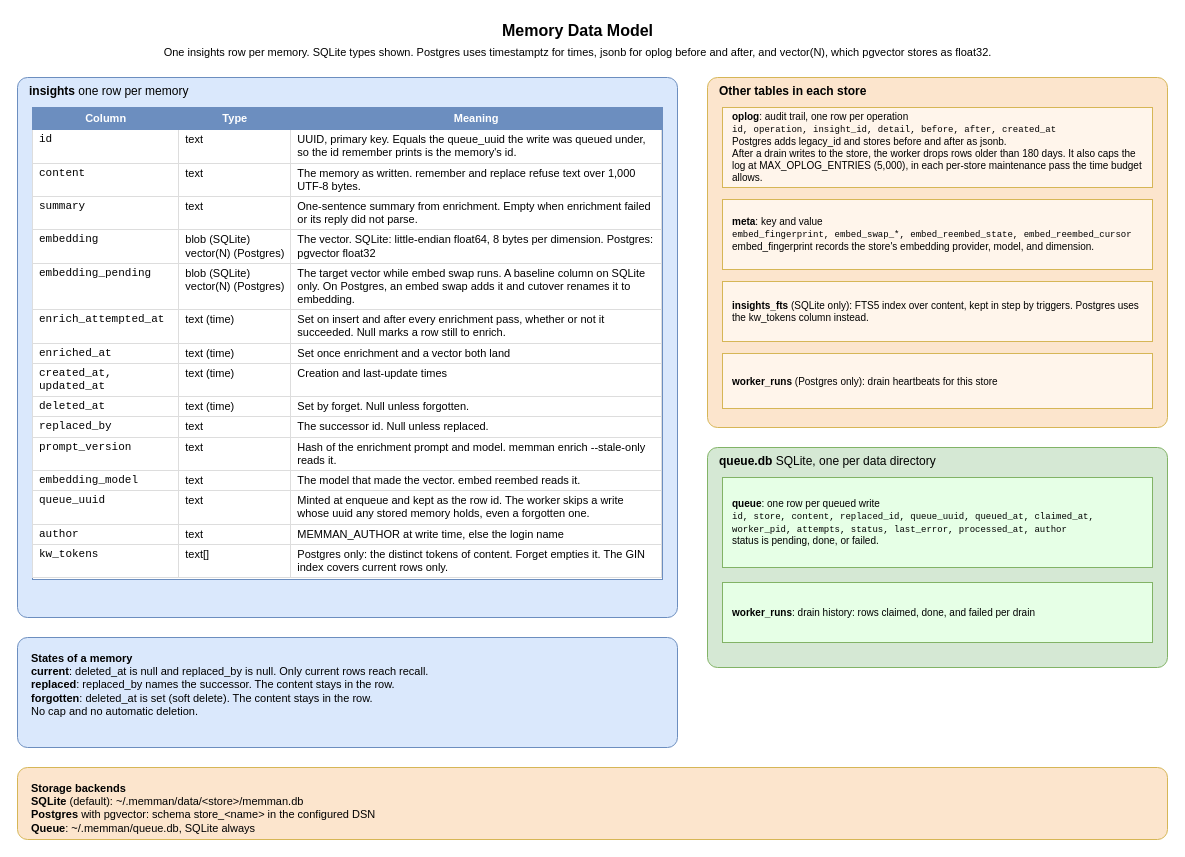
Earlier version of the draw.io diagram docs/diagrams/03-insight-datamodel.drawio (bissli/memman). Source tidied: cells renumbered, new cells numbered last; positions are measured from the earlier drawing's top-left corner, leaving out a move shared by most shapes. Both pictures are drawn from the tidied source at 100%, with x=0, y=0 at pixel (17, 17).
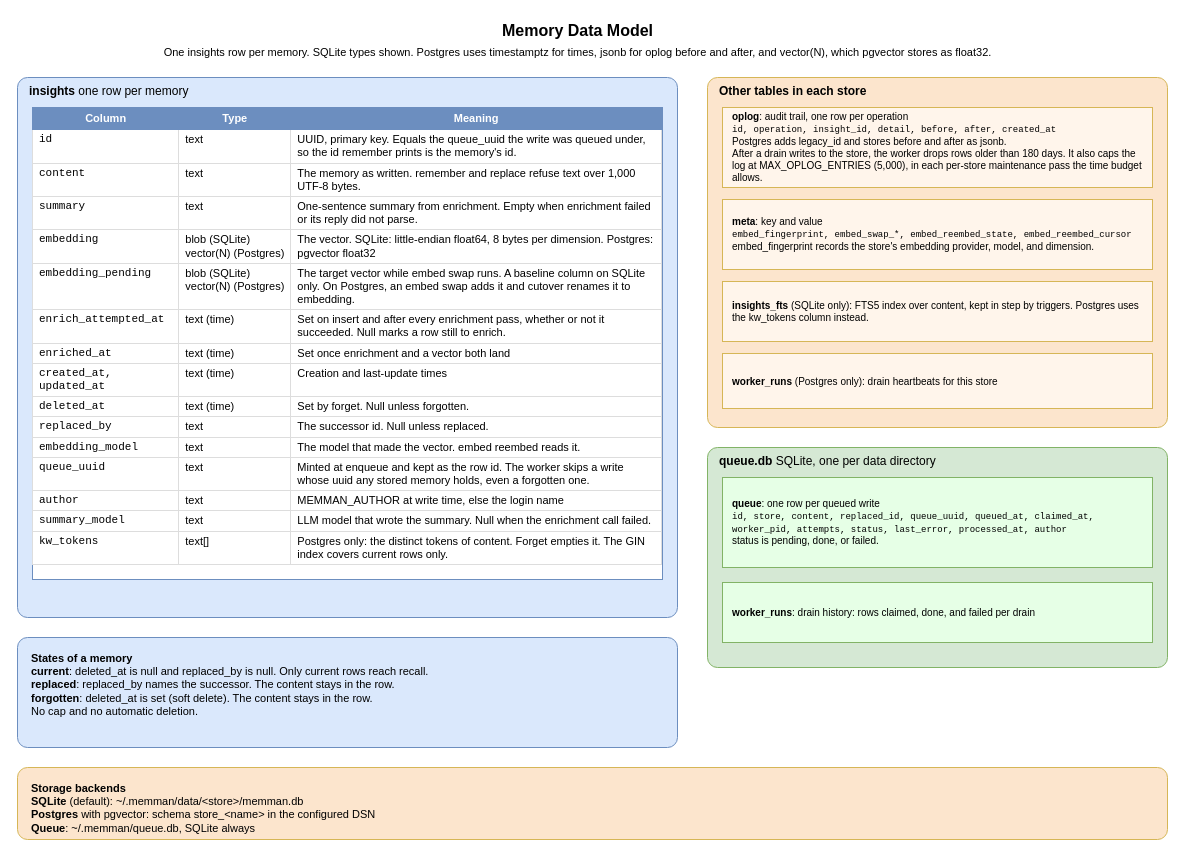
Above is the later version.

What changed in the source:
```diff
@@
 <mxGraphModel>
   <root>
     <mxCell id="0" />
     <mxCell id="1" parent="0" />
     <mxCell id="2" value="&lt;b&gt;Memory Data Model&lt;/b&gt;&lt;br&gt;&lt;font style=&quot;font-size:11px&quot;&gt;One insights row per memory. SQLite types shown. Postgres uses timestamptz for times, jsonb for oplog before and after, and vector(N), which pgvector stores as float32.&lt;/font&gt;" style="text;html=1;align=center;verticalAlign=middle;fontSize=16;strokeColor=none;fillColor=none;" parent="1" vertex="1">
       <mxGeometry x="200" width="720" height="45" as="geometry" />
     </mxCell>
     <mxCell id="3" value="&lt;b&gt;insights&lt;/b&gt;  one row per memory" style="rounded=1;absoluteArcSize=1;arcSize=20;whiteSpace=wrap;html=1;fillColor=#dae8fc;strokeColor=#6c8ebf;verticalAlign=top;align=left;spacingLeft=10;fontSize=12;" parent="1" vertex="1">
       <mxGeometry y="60" width="660" height="540" as="geometry" />
     </mxCell>
-    <mxCell id="4" value="&lt;table style=&quot;font-size:11px; border-collapse:collapse; width:100%&quot;&gt;&lt;tr style=&quot;background:#6c8ebf; color:white; font-weight:bold;&quot;&gt;&lt;td style=&quot;padding:4px 6px; border:1px solid #6c8ebf;&quot;&gt;Column&lt;/td&gt;&lt;td style=&quot;padding:4px 6px; border:1px solid #6c8ebf;&quot;&gt;Type&lt;/td&gt;&lt;td style=&quot;padding:4px 6px; border:1px solid #6c8ebf;&quot;&gt;Meaning&lt;/td&gt;&lt;/tr&gt;&lt;tr&gt;&lt;td style=&quot;padding:3px 6px; border:1px solid #ddd; vertical-align:top; text-align:left; font-family:monospace;&quot;&gt;id&lt;/td&gt;&lt;td style=&quot;padding:3px 6px; border:1px solid #ddd; vertical-align:top; text-align:left; white-space:nowrap;&quot;&gt;text&lt;/td&gt;&lt;td style=&quot;padding:3px 6px; border:1px solid #ddd; vertical-align:top; text-align:left;&quot;&gt;UUID, primary key. Equals the queue_uuid the write was queued under, so the id remember prints is the memory's id.&lt;/td&gt;&lt;/tr&gt;&lt;tr&gt;&lt;td style=&quot;padding:3px 6px; border:1px solid #ddd; vertical-align:top; text-align:left; font-family:monospace;&quot;&gt;content&lt;/td&gt;&lt;td style=&quot;padding:3px 6px; border:1px solid #ddd; vertical-align:top; text-align:left; white-space:nowrap;&quot;&gt;text&lt;/td&gt;&lt;td style=&quot;padding:3px 6px; border:1px solid #ddd; vertical-align:top; text-align:left;&quot;&gt;The memory as written. remember and replace refuse text over 1,000 UTF-8 bytes.&lt;/td&gt;&lt;/tr&gt;&lt;tr&gt;&lt;td style=&quot;padding:3px 6px; border:1px solid #ddd; vertical-align:top; text-align:left; font-family:monospace;&quot;&gt;summary&lt;/td&gt;&lt;td style=&quot;padding:3px 6px; border:1px solid #ddd; vertical-align:top; text-align:left; white-space:nowrap;&quot;&gt;text&lt;/td&gt;&lt;td style=&quot;padding:3px 6px; border:1px solid #ddd; vertical-align:top; text-align:left;&quot;&gt;One-sentence summary from enrichment. Empty when enrichment failed or its reply did not parse.&lt;/td&gt;&lt;/tr&gt;&lt;tr&gt;&lt;td style=&quot;padding:3px 6px; border:1px solid #ddd; vertical-align:top; text-align:left; font-family:monospace;&quot;&gt;embedding&lt;/td&gt;&lt;td style=&quot;padding:3px 6px; border:1px solid #ddd; vertical-align:top; text-align:left; white-space:nowrap;&quot;&gt;blob (SQLite)&lt;br&gt;vector(N) (Postgres)&lt;/td&gt;&lt;td style=&quot;padding:3px 6px; border:1px solid #ddd; vertical-align:top; text-align:left;&quot;&gt;The vector. SQLite: little-endian float64, 8 bytes per dimension. Postgres: pgvector float32&lt;/td&gt;&lt;/tr&gt;&lt;tr&gt;&lt;td style=&quot;padding:3px 6px; border:1px solid #ddd; vertical-align:top; text-align:left; font-family:monospace;&quot;&gt;embedding_pending&lt;/td&gt;&lt;td style=&quot;padding:3px 6px; border:1px solid #ddd; vertical-align:top; text-align:left; white-space:nowrap;&quot;&gt;blob (SQLite)&lt;br&gt;vector(N) (Postgres)&lt;/td&gt;&lt;td style=&quot;padding:3px 6px; border:1px solid #ddd; vertical-align:top; text-align:left;&quot;&gt;The target vector while embed swap runs. A baseline column on SQLite only. On Postgres, an embed swap adds it and cutover renames it to embedding.&lt;/td&gt;&lt;/tr&gt;&lt;tr&gt;&lt;td style=&quot;padding:3px 6px; border:1px solid #ddd; vertical-align:top; text-align:left; font-family:monospace;&quot;&gt;enrich_attempted_at&lt;/td&gt;&lt;td style=&quot;padding:3px 6px; border:1px solid #ddd; vertical-align:top; text-align:left; white-space:nowrap;&quot;&gt;text (time)&lt;/td&gt;&lt;td style=&quot;padding:3px 6px; border:1px solid #ddd; vertical-align:top; text-align:left;&quot;&gt;Set on insert and after every enrichment pass, whether or not it succeeded. Null marks a row still to enrich.&lt;/td&gt;&lt;/tr&gt;&lt;tr&gt;&lt;td style=&quot;padding:3px 6px; border:1px solid #ddd; vertical-align:top; text-align:left; font-family:monospace;&quot;&gt;enriched_at&lt;/td&gt;&lt;td style=&quot;padding:3px 6px; border:1px solid #ddd; vertical-align:top; text-align:left; white-space:nowrap;&quot;&gt;text (time)&lt;/td&gt;&lt;td style=&quot;padding:3px 6px; border:1px solid #ddd; vertical-align:top; text-align:left;&quot;&gt;Set once enrichment and a vector both land&lt;/td&gt;&lt;/tr&gt;&lt;tr&gt;&lt;td style=&quot;padding:3px 6px; border:1px solid #ddd; vertical-align:top; text-align:left; font-family:monospace;&quot;&gt;created_at, updated_at&lt;/td&gt;&lt;td style=&quot;padding:3px 6px; border:1px solid #ddd; vertical-align:top; text-align:left; white-space:nowrap;&quot;&gt;text (time)&lt;/td&gt;&lt;td style=&quot;padding:3px 6px; border:1px solid #ddd; vertical-align:top; text-align:left;&quot;&gt;Creation and last-update times&lt;/td&gt;&lt;/tr&gt;&lt;tr&gt;&lt;td style=&quot;padding:3px 6px; border:1px solid #ddd; vertical-align:top; text-align:left; font-family:monospace;&quot;&gt;deleted_at&lt;/td&gt;&lt;td style=&quot;padding:3px 6px; border:1px solid #ddd; vertical-align:top; text-align:left; white-space:nowrap;&quot;&gt;text (time)&lt;/td&gt;&lt;td style=&quot;padding:3px 6px; border:1px solid #ddd; vertical-align:top; text-align:left;&quot;&gt;Set by forget. Null unless forgotten.&lt;/td&gt;&lt;/tr&gt;&lt;tr&gt;&lt;td style=&quot;padding:3px 6px; border:1px solid #ddd; vertical-align:top; text-align:left; font-family:monospace;&quot;&gt;replaced_by&lt;/td&gt;&lt;td style=&quot;padding:3px 6px; border:1px solid #ddd; vertical-align:top; text-align:left; white-space:nowrap;&quot;&gt;text&lt;/td&gt;&lt;td style=&quot;padding:3px 6px; border:1px solid #ddd; vertical-align:top; text-align:left;&quot;&gt;The successor id. Null unless replaced.&lt;/td&gt;&lt;/tr&gt;&lt;tr&gt;&lt;td style=&quot;padding:3px 6px; border:1px solid #ddd; vertical-align:top; text-align:left; font-family:monospace;&quot;&gt;prompt_version&lt;/td&gt;&lt;td style=&quot;padding:3px 6px; border:1px solid #ddd; vertical-align:top; text-align:left; white-space:nowrap;&quot;&gt;text&lt;/td&gt;&lt;td style=&quot;padding:3px 6px; border:1px solid #ddd; vertical-align:top; text-align:left;&quot;&gt;Hash of the enrichment prompt and model. memman enrich --stale-only reads it.&lt;/td&gt;&lt;/tr&gt;&lt;tr&gt;&lt;td style=&quot;padding:3px 6px; border:1px solid #ddd; vertical-align:top; text-align:left; font-family:monospace;&quot;&gt;embedding_model&lt;/td&gt;&lt;td style=&quot;padding:3px 6px; border:1px solid #ddd; vertical-align:top; text-align:left; white-space:nowrap;&quot;&gt;text&lt;/td&gt;&lt;td style=&quot;padding:3px 6px; border:1px solid #ddd; vertical-align:top; text-align:left;&quot;&gt;The model that made the vector. embed reembed reads it.&lt;/td&gt;&lt;/tr&gt;&lt;tr&gt;&lt;td style=&quot;padding:3px 6px; border:1px solid #ddd; vertical-align:top; text-align:left; font-family:monospace;&quot;&gt;queue_uuid&lt;/td&gt;&lt;td style=&quot;padding:3px 6px; border:1px solid #ddd; vertical-align:top; text-align:left; white-space:nowrap;&quot;&gt;text&lt;/td&gt;&lt;td style=&quot;padding:3px 6px; border:1px solid #ddd; vertical-align:top; text-align:left;&quot;&gt;Minted at enqueue and kept as the row id. The worker skips a write whose uuid any stored memory holds, even a forgotten one.&lt;/td&gt;&lt;/tr&gt;&lt;tr&gt;&lt;td style=&quot;padding:3px 6px; border:1px solid #ddd; vertical-align:top; text-align:left; font-family:monospace;&quot;&gt;author&lt;/td&gt;&lt;td style=&quot;padding:3px 6px; border:1px solid #ddd; vertical-align:top; text-align:left; white-space:nowrap;&quot;&gt;text&lt;/td&gt;&lt;td style=&quot;padding:3px 6px; border:1px solid #ddd; vertical-align:top; text-align:left;&quot;&gt;MEMMAN_AUTHOR at write time, else the login name&lt;/td&gt;&lt;/tr&gt;&lt;tr&gt;&lt;td style=&quot;padding:3px 6px; border:1px solid #ddd; vertical-align:top; text-align:left; font-family:monospace;&quot;&gt;kw_tokens&lt;/td&gt;&lt;td style=&quot;padding:3px 6px; border:1px solid #ddd; vertical-align:top; text-align:left; white-space:nowrap;&quot;&gt;text[]&lt;/td&gt;&lt;td style=&quot;padding:3px 6px; border:1px solid #ddd; vertical-align:top; text-align:left;&quot;&gt;Postgres only: the distinct tokens of content. Forget empties it. The GIN index covers current rows only.&lt;/td&gt;&lt;/tr&gt;&lt;/table&gt;" style="rounded=0;whiteSpace=wrap;html=1;overflow=fill;fillColor=#ffffff;strokeColor=#6c8ebf;verticalAlign=top;" parent="1" vertex="1">
+    <mxCell id="4" value="&lt;table style=&quot;font-size:11px; border-collapse:collapse; width:100%&quot;&gt;&lt;tr style=&quot;background:#6c8ebf; color:white; font-weight:bold;&quot;&gt;&lt;td style=&quot;padding:4px 6px; border:1px solid #6c8ebf;&quot;&gt;Column&lt;/td&gt;&lt;td style=&quot;padding:4px 6px; border:1px solid #6c8ebf;&quot;&gt;Type&lt;/td&gt;&lt;td style=&quot;padding:4px 6px; border:1px solid #6c8ebf;&quot;&gt;Meaning&lt;/td&gt;&lt;/tr&gt;&lt;tr&gt;&lt;td style=&quot;padding:3px 6px; border:1px solid #ddd; vertical-align:top; text-align:left; font-family:monospace;&quot;&gt;id&lt;/td&gt;&lt;td style=&quot;padding:3px 6px; border:1px solid #ddd; vertical-align:top; text-align:left; white-space:nowrap;&quot;&gt;text&lt;/td&gt;&lt;td style=&quot;padding:3px 6px; border:1px solid #ddd; vertical-align:top; text-align:left;&quot;&gt;UUID, primary key. Equals the queue_uuid the write was queued under, so the id remember prints is the memory's id.&lt;/td&gt;&lt;/tr&gt;&lt;tr&gt;&lt;td style=&quot;padding:3px 6px; border:1px solid #ddd; vertical-align:top; text-align:left; font-family:monospace;&quot;&gt;content&lt;/td&gt;&lt;td style=&quot;padding:3px 6px; border:1px solid #ddd; vertical-align:top; text-align:left; white-space:nowrap;&quot;&gt;text&lt;/td&gt;&lt;td style=&quot;padding:3px 6px; border:1px solid #ddd; vertical-align:top; text-align:left;&quot;&gt;The memory as written. remember and replace refuse text over 1,000 UTF-8 bytes.&lt;/td&gt;&lt;/tr&gt;&lt;tr&gt;&lt;td style=&quot;padding:3px 6px; border:1px solid #ddd; vertical-align:top; text-align:left; font-family:monospace;&quot;&gt;summary&lt;/td&gt;&lt;td style=&quot;padding:3px 6px; border:1px solid #ddd; vertical-align:top; text-align:left; white-space:nowrap;&quot;&gt;text&lt;/td&gt;&lt;td style=&quot;padding:3px 6px; border:1px solid #ddd; vertical-align:top; text-align:left;&quot;&gt;One-sentence summary from enrichment. Empty when enrichment failed or its reply did not parse.&lt;/td&gt;&lt;/tr&gt;&lt;tr&gt;&lt;td style=&quot;padding:3px 6px; border:1px solid #ddd; vertical-align:top; text-align:left; font-family:monospace;&quot;&gt;embedding&lt;/td&gt;&lt;td style=&quot;padding:3px 6px; border:1px solid #ddd; vertical-align:top; text-align:left; white-space:nowrap;&quot;&gt;blob (SQLite)&lt;br&gt;vector(N) (Postgres)&lt;/td&gt;&lt;td style=&quot;padding:3px 6px; border:1px solid #ddd; vertical-align:top; text-align:left;&quot;&gt;The vector. SQLite: little-endian float64, 8 bytes per dimension. Postgres: pgvector float32&lt;/td&gt;&lt;/tr&gt;&lt;tr&gt;&lt;td style=&quot;padding:3px 6px; border:1px solid #ddd; vertical-align:top; text-align:left; font-family:monospace;&quot;&gt;embedding_pending&lt;/td&gt;&lt;td style=&quot;padding:3px 6px; border:1px solid #ddd; vertical-align:top; text-align:left; white-space:nowrap;&quot;&gt;blob (SQLite)&lt;br&gt;vector(N) (Postgres)&lt;/td&gt;&lt;td style=&quot;padding:3px 6px; border:1px solid #ddd; vertical-align:top; text-align:left;&quot;&gt;The target vector while embed swap runs. A baseline column on SQLite only. On Postgres, an embed swap adds it and cutover renames it to embedding.&lt;/td&gt;&lt;/tr&gt;&lt;tr&gt;&lt;td style=&quot;padding:3px 6px; border:1px solid #ddd; vertical-align:top; text-align:left; font-family:monospace;&quot;&gt;enrich_attempted_at&lt;/td&gt;&lt;td style=&quot;padding:3px 6px; border:1px solid #ddd; vertical-align:top; text-align:left; white-space:nowrap;&quot;&gt;text (time)&lt;/td&gt;&lt;td style=&quot;padding:3px 6px; border:1px solid #ddd; vertical-align:top; text-align:left;&quot;&gt;Set on insert and after every enrichment pass, whether or not it succeeded. Null marks a row still to enrich.&lt;/td&gt;&lt;/tr&gt;&lt;tr&gt;&lt;td style=&quot;padding:3px 6px; border:1px solid #ddd; vertical-align:top; text-align:left; font-family:monospace;&quot;&gt;enriched_at&lt;/td&gt;&lt;td style=&quot;padding:3px 6px; border:1px solid #ddd; vertical-align:top; text-align:left; white-space:nowrap;&quot;&gt;text (time)&lt;/td&gt;&lt;td style=&quot;padding:3px 6px; border:1px solid #ddd; vertical-align:top; text-align:left;&quot;&gt;Set once enrichment and a vector both land&lt;/td&gt;&lt;/tr&gt;&lt;tr&gt;&lt;td style=&quot;padding:3px 6px; border:1px solid #ddd; vertical-align:top; text-align:left; font-family:monospace;&quot;&gt;created_at, updated_at&lt;/td&gt;&lt;td style=&quot;padding:3px 6px; border:1px solid #ddd; vertical-align:top; text-align:left; white-space:nowrap;&quot;&gt;text (time)&lt;/td&gt;&lt;td style=&quot;padding:3px 6px; border:1px solid #ddd; vertical-align:top; text-align:left;&quot;&gt;Creation and last-update times&lt;/td&gt;&lt;/tr&gt;&lt;tr&gt;&lt;td style=&quot;padding:3px 6px; border:1px solid #ddd; vertical-align:top; text-align:left; font-family:monospace;&quot;&gt;deleted_at&lt;/td&gt;&lt;td style=&quot;padding:3px 6px; border:1px solid #ddd; vertical-align:top; text-align:left; white-space:nowrap;&quot;&gt;text (time)&lt;/td&gt;&lt;td style=&quot;padding:3px 6px; border:1px solid #ddd; vertical-align:top; text-align:left;&quot;&gt;Set by forget. Null unless forgotten.&lt;/td&gt;&lt;/tr&gt;&lt;tr&gt;&lt;td style=&quot;padding:3px 6px; border:1px solid #ddd; vertical-align:top; text-align:left; font-family:monospace;&quot;&gt;replaced_by&lt;/td&gt;&lt;td style=&quot;padding:3px 6px; border:1px solid #ddd; vertical-align:top; text-align:left; white-space:nowrap;&quot;&gt;text&lt;/td&gt;&lt;td style=&quot;padding:3px 6px; border:1px solid #ddd; vertical-align:top; text-align:left;&quot;&gt;The successor id. Null unless replaced.&lt;/td&gt;&lt;/tr&gt;&lt;tr&gt;&lt;td style=&quot;padding:3px 6px; border:1px solid #ddd; vertical-align:top; text-align:left; font-family:monospace;&quot;&gt;embedding_model&lt;/td&gt;&lt;td style=&quot;padding:3px 6px; border:1px solid #ddd; vertical-align:top; text-align:left; white-space:nowrap;&quot;&gt;text&lt;/td&gt;&lt;td style=&quot;padding:3px 6px; border:1px solid #ddd; vertical-align:top; text-align:left;&quot;&gt;The model that made the vector. embed reembed reads it.&lt;/td&gt;&lt;/tr&gt;&lt;tr&gt;&lt;td style=&quot;padding:3px 6px; border:1px solid #ddd; vertical-align:top; text-align:left; font-family:monospace;&quot;&gt;queue_uuid&lt;/td&gt;&lt;td style=&quot;padding:3px 6px; border:1px solid #ddd; vertical-align:top; text-align:left; white-space:nowrap;&quot;&gt;text&lt;/td&gt;&lt;td style=&quot;padding:3px 6px; border:1px solid #ddd; vertical-align:top; text-align:left;&quot;&gt;Minted at enqueue and kept as the row id. The worker skips a write whose uuid any stored memory holds, even a forgotten one.&lt;/td&gt;&lt;/tr&gt;&lt;tr&gt;&lt;td style=&quot;padding:3px 6px; border:1px solid #ddd; vertical-align:top; text-align:left; font-family:monospace;&quot;&gt;author&lt;/td&gt;&lt;td style=&quot;padding:3px 6px; border:1px solid #ddd; vertical-align:top; text-align:left; white-space:nowrap;&quot;&gt;text&lt;/td&gt;&lt;td style=&quot;padding:3px 6px; border:1px solid #ddd; vertical-align:top; text-align:left;&quot;&gt;MEMMAN_AUTHOR at write time, else the login name&lt;/td&gt;&lt;/tr&gt;&lt;tr&gt;&lt;td style=&quot;padding:3px 6px; border:1px solid #ddd; vertical-align:top; text-align:left; font-family:monospace;&quot;&gt;summary_model&lt;/td&gt;&lt;td style=&quot;padding:3px 6px; border:1px solid #ddd; vertical-align:top; text-align:left; white-space:nowrap;&quot;&gt;text&lt;/td&gt;&lt;td style=&quot;padding:3px 6px; border:1px solid #ddd; vertical-align:top; text-align:left;&quot;&gt;LLM model that wrote the summary. Null when the enrichment call failed.&lt;/td&gt;&lt;/tr&gt;&lt;tr&gt;&lt;td style=&quot;padding:3px 6px; border:1px solid #ddd; vertical-align:top; text-align:left; font-family:monospace;&quot;&gt;kw_tokens&lt;/td&gt;&lt;td style=&quot;padding:3px 6px; border:1px solid #ddd; vertical-align:top; text-align:left; white-space:nowrap;&quot;&gt;text[]&lt;/td&gt;&lt;td style=&quot;padding:3px 6px; border:1px solid #ddd; vertical-align:top; text-align:left;&quot;&gt;Postgres only: the distinct tokens of content. Forget empties it. The GIN index covers current rows only.&lt;/td&gt;&lt;/tr&gt;&lt;/table&gt;" style="rounded=0;whiteSpace=wrap;html=1;overflow=fill;fillColor=#ffffff;strokeColor=#6c8ebf;verticalAlign=top;" parent="1" vertex="1">
       <mxGeometry x="15" y="90" width="630" height="472" as="geometry" />
     </mxCell>
     <mxCell id="5" value="&lt;b&gt;States of a memory&lt;/b&gt;&lt;br&gt;&lt;b&gt;current&lt;/b&gt;: deleted_at is null and replaced_by is null. Only current rows reach recall.&lt;br&gt;&lt;b&gt;replaced&lt;/b&gt;: replaced_by names the successor. The content stays in the row.&lt;br&gt;&lt;b&gt;forgotten&lt;/b&gt;: deleted_at is set (soft delete). The content stays in the row.&lt;br&gt;No cap and no automatic deletion." style="rounded=1;absoluteArcSize=1;arcSize=20;whiteSpace=wrap;html=1;fillColor=#dae8fc;strokeColor=#6c8ebf;fontSize=11;verticalAlign=top;align=left;spacingLeft=12;spacingTop=8;" parent="1" vertex="1">
       <mxGeometry y="620" width="660" height="110" as="geometry" />
     </mxCell>
     <mxCell id="6" value="&lt;b&gt;Other tables in each store&lt;/b&gt;" style="rounded=1;whiteSpace=wrap;html=1;fillColor=#fce5cd;strokeColor=#d6b656;verticalAlign=top;absoluteArcSize=1;arcSize=20;align=left;spacingLeft=10;fontSize=12;" parent="1" vertex="1">
       <mxGeometry x="690" y="60" width="460" height="350" as="geometry" />
     </mxCell>
     <mxCell id="7" value="&lt;b&gt;oplog&lt;/b&gt;: audit trail, one row per operation&lt;br&gt;&lt;font style=&quot;font-family:monospace;font-size:9px&quot;&gt;id, operation, insight_id, detail, before, after, created_at&lt;/font&gt;&lt;br&gt;Postgres adds legacy_id and stores before and after as jsonb.&lt;br&gt;After a drain writes to the store, the worker drops rows older than 180 days. It also caps the log at MAX_OPLOG_ENTRIES (5,000), in each per-store maintenance pass the time budget allows." style="rounded=0;whiteSpace=wrap;html=1;fillColor=#FFF5EB;strokeColor=#d6b656;fontSize=10;align=left;spacingLeft=8;spacingRight=8;" parent="1" vertex="1">
       <mxGeometry x="705" y="90" width="430" height="80" as="geometry" />
     </mxCell>
     <mxCell id="8" value="&lt;b&gt;meta&lt;/b&gt;: key and value&lt;br&gt;&lt;font style=&quot;font-family:monospace;font-size:9px&quot;&gt;embed_fingerprint, embed_swap_*, embed_reembed_state, embed_reembed_cursor&lt;/font&gt;&lt;br&gt;embed_fingerprint records the store's embedding provider, model, and dimension." style="rounded=0;whiteSpace=wrap;html=1;fillColor=#FFF5EB;strokeColor=#d6b656;fontSize=10;align=left;spacingLeft=8;spacingRight=8;" parent="1" vertex="1">
       <mxGeometry x="705" y="182" width="430" height="70" as="geometry" />
     </mxCell>
     <mxCell id="9" value="&lt;b&gt;insights_fts&lt;/b&gt; (SQLite only): FTS5 index over content, kept in step by triggers. Postgres uses the kw_tokens column instead." style="rounded=0;whiteSpace=wrap;html=1;fillColor=#FFF5EB;strokeColor=#d6b656;fontSize=10;align=left;spacingLeft=8;spacingRight=8;" parent="1" vertex="1">
       <mxGeometry x="705" y="264" width="430" height="60" as="geometry" />
     </mxCell>
     <mxCell id="10" value="&lt;b&gt;worker_runs&lt;/b&gt; (Postgres only): drain heartbeats for this store" style="rounded=0;whiteSpace=wrap;html=1;fillColor=#FFF5EB;strokeColor=#d6b656;fontSize=10;align=left;spacingLeft=8;spacingRight=8;" parent="1" vertex="1">
       <mxGeometry x="705" y="336" width="430" height="55" as="geometry" />
     </mxCell>
     <mxCell id="11" value="&lt;b&gt;queue.db&lt;/b&gt;  SQLite, one per data directory" style="rounded=1;whiteSpace=wrap;html=1;fillColor=#d5e8d4;strokeColor=#82b366;verticalAlign=top;absoluteArcSize=1;arcSize=20;align=left;spacingLeft=10;fontSize=12;" parent="1" vertex="1">
       <mxGeometry x="690" y="430" width="460" height="220" as="geometry" />
     </mxCell>
     <mxCell id="12" value="&lt;b&gt;queue&lt;/b&gt;: one row per queued write&lt;br&gt;&lt;font style=&quot;font-family:monospace;font-size:9px&quot;&gt;id, store, content, replaced_id, queue_uuid, queued_at, claimed_at, worker_pid, attempts, status, last_error, processed_at, author&lt;/font&gt;&lt;br&gt;status is pending, done, or failed." style="rounded=0;whiteSpace=wrap;html=1;fillColor=#E6FFE6;strokeColor=#82b366;fontSize=10;align=left;spacingLeft=8;spacingRight=8;" parent="1" vertex="1">
       <mxGeometry x="705" y="460" width="430" height="90" as="geometry" />
     </mxCell>
     <mxCell id="13" value="&lt;b&gt;worker_runs&lt;/b&gt;: drain history: rows claimed, done, and failed per drain" style="rounded=0;whiteSpace=wrap;html=1;fillColor=#E6FFE6;strokeColor=#82b366;fontSize=10;align=left;spacingLeft=8;spacingRight=8;" parent="1" vertex="1">
       <mxGeometry x="705" y="565" width="430" height="60" as="geometry" />
     </mxCell>
     <mxCell id="14" value="&lt;b&gt;Storage backends&lt;/b&gt;&lt;br&gt;&lt;b&gt;SQLite&lt;/b&gt; (default): ~/.memman/data/&amp;lt;store&amp;gt;/memman.db&lt;br&gt;&lt;b&gt;Postgres&lt;/b&gt; with pgvector: schema store_&amp;lt;name&amp;gt; in the configured DSN&lt;br&gt;&lt;b&gt;Queue&lt;/b&gt;: ~/.memman/queue.db, SQLite always" style="rounded=1;absoluteArcSize=1;arcSize=20;whiteSpace=wrap;html=1;fillColor=#fce5cd;strokeColor=#d6b656;fontSize=11;verticalAlign=top;align=left;spacingLeft=12;spacingTop=8;" parent="1" vertex="1">
       <mxGeometry y="750" width="1150" height="72" as="geometry" />
     </mxCell>
   </root>
 </mxGraphModel>
```
